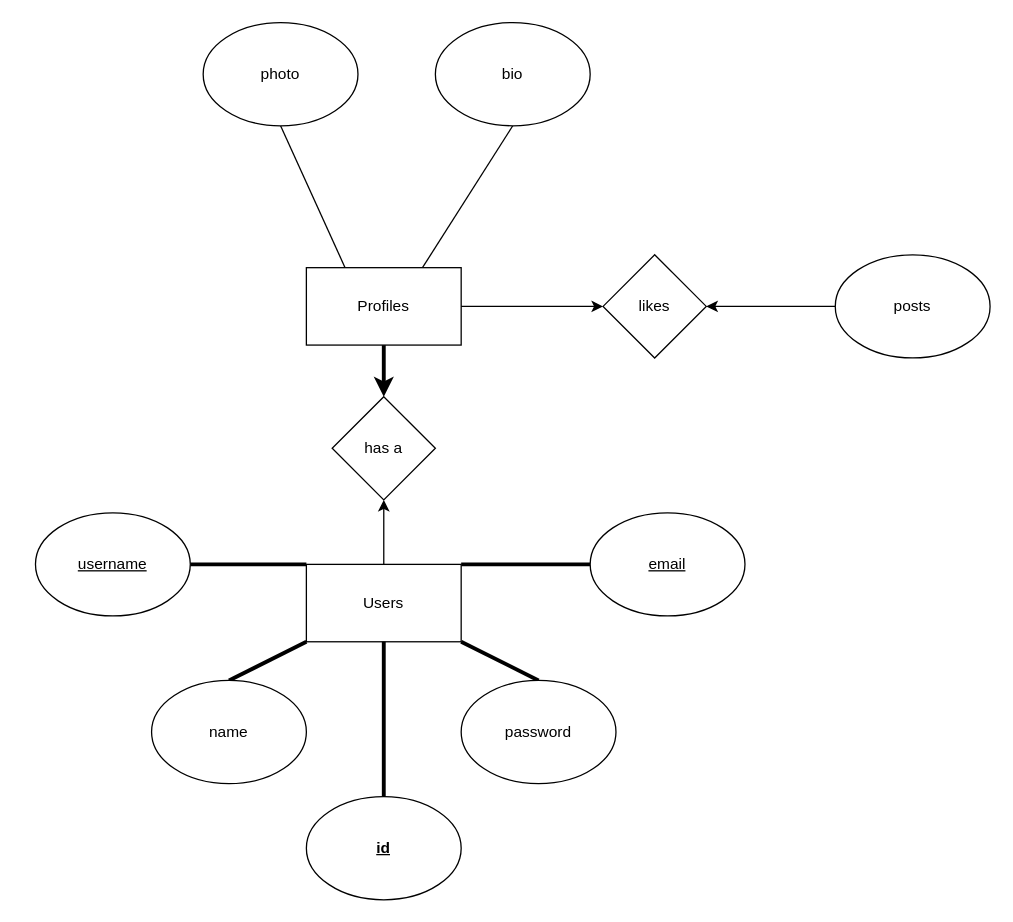
Earlier version of the draw.io diagram popular_app_clone.drawio (UCHIHASEKA173/SQL). Source tidied: cells renumbered, new cells numbered last; positions are measured from the earlier drawing's top-left corner, leaving out a move shared by most shapes. Both pictures are drawn from the tidied source at 129%, with x=0, y=0 at pixel (35, 22).
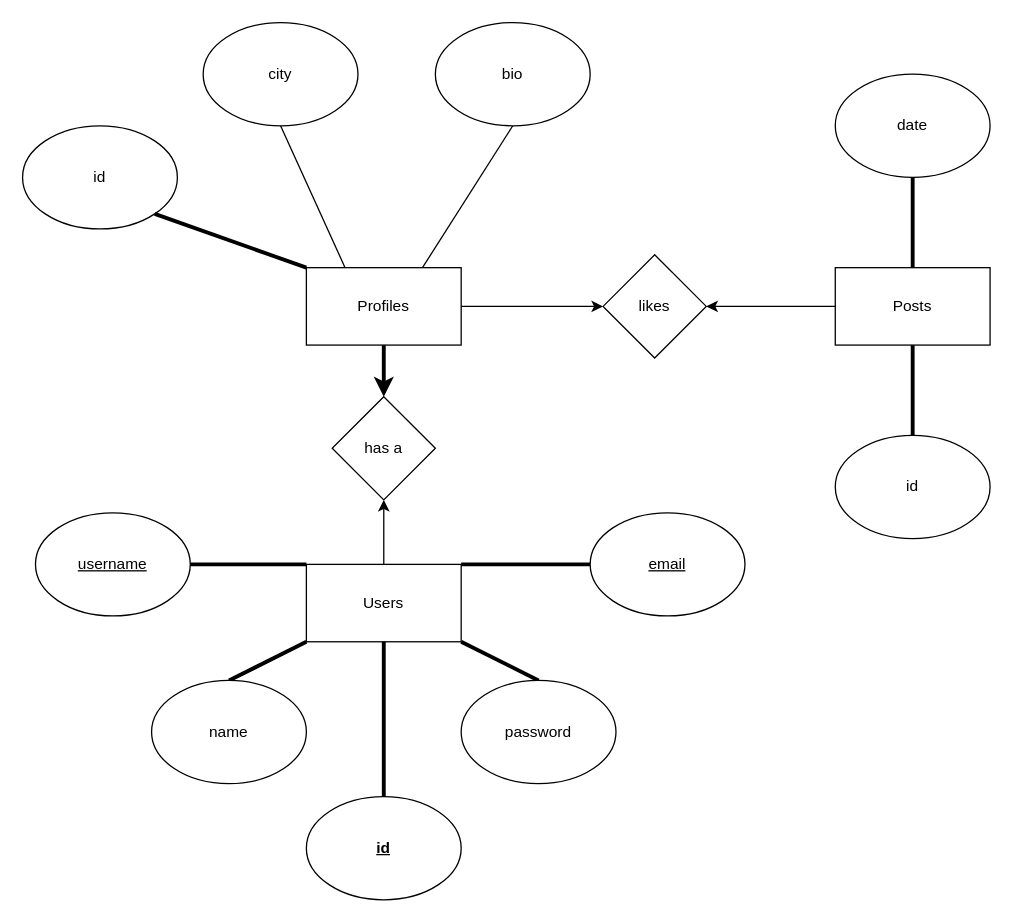
The same page after the edit.

Unchanged cells that the change refers to:
```xml
<mxCell id="5" value="Profiles" style="rounded=0;whiteSpace=wrap;html=1;" parent="1" vertex="1">
  <mxGeometry x="210" y="190" width="120" height="60" as="geometry" />
</mxCell>
<mxCell id="22" value="likes" style="rhombus;whiteSpace=wrap;html=1;" parent="1" vertex="1">
  <mxGeometry x="440" y="180" width="80" height="80" as="geometry" />
</mxCell>
```

Diff of the diagram source:
```diff
@@
-    <mxCell id="11" value="photo" style="ellipse;whiteSpace=wrap;html=1;" parent="1" vertex="1">
+    <mxCell id="11" value="city" style="ellipse;whiteSpace=wrap;html=1;" parent="1" vertex="1">
       <mxGeometry x="130" width="120" height="80" as="geometry" />
     </mxCell>
@@
-    <mxCell id="16" value="posts" style="ellipse;whiteSpace=wrap;html=1;" parent="1" vertex="1">
-      <mxGeometry x="620" y="180" width="120" height="80" as="geometry" />
-    </mxCell>
@@
-    <mxCell id="24" style="endArrow=classic;html=1;exitX=0;exitY=0.5;exitDx=0;exitDy=0;entryX=1;entryY=0.5;entryDx=0;entryDy=0;" parent="1" edge="1" source="16" target="22">
-      <mxGeometry relative="1" as="geometry" />
+    <mxCell id="24" style="endArrow=classic;html=1;exitX=0;exitY=0.5;exitDx=0;exitDy=0;entryX=1;entryY=0.5;entryDx=0;entryDy=0;" parent="1" edge="1" target="22">
+      <mxGeometry relative="1" as="geometry">
+        <mxPoint x="620" y="220" as="sourcePoint" />
+      </mxGeometry>
     </mxCell>
+    <mxCell id="25" value="date" style="ellipse;whiteSpace=wrap;html=1;" parent="1" vertex="1">
+      <mxGeometry x="620" y="40" width="120" height="80" as="geometry" />
+    </mxCell>
+    <mxCell id="26" style="endArrow=none;html=1;strokeWidth=3;exitX=0.5;exitY=0;exitDx=0;exitDy=0;" parent="1" edge="1" source="31">
+      <mxGeometry relative="1" as="geometry">
+        <mxPoint x="680" y="120" as="targetPoint" />
+      </mxGeometry>
+    </mxCell>
+    <mxCell id="27" value="id" style="ellipse;whiteSpace=wrap;html=1;" parent="1" vertex="1">
+      <mxGeometry x="620" y="320" width="120" height="80" as="geometry" />
+    </mxCell>
+    <mxCell id="28" style="endArrow=none;html=1;strokeWidth=3;entryX=0.5;entryY=1;entryDx=0;entryDy=0;exitX=0.5;exitY=0;exitDx=0;exitDy=0;" parent="1" edge="1" source="27" target="31">
+      <mxGeometry relative="1" as="geometry" />
+    </mxCell>
+    <mxCell id="29" value="id" style="ellipse;whiteSpace=wrap;html=1;" parent="1" vertex="1">
+      <mxGeometry x="-10" y="80" width="120" height="80" as="geometry" />
+    </mxCell>
+    <mxCell id="30" style="endArrow=none;html=1;strokeWidth=3;exitX=0;exitY=0;exitDx=0;exitDy=0;entryX=1;entryY=1;entryDx=0;entryDy=0;" parent="1" edge="1" source="5" target="29">
+      <mxGeometry relative="1" as="geometry" />
+    </mxCell>
+    <mxCell id="31" value="Posts" style="rounded=0;whiteSpace=wrap;html=1;" parent="1" vertex="1">
+      <mxGeometry x="620" y="190" width="120" height="60" as="geometry" />
+    </mxCell>
```
